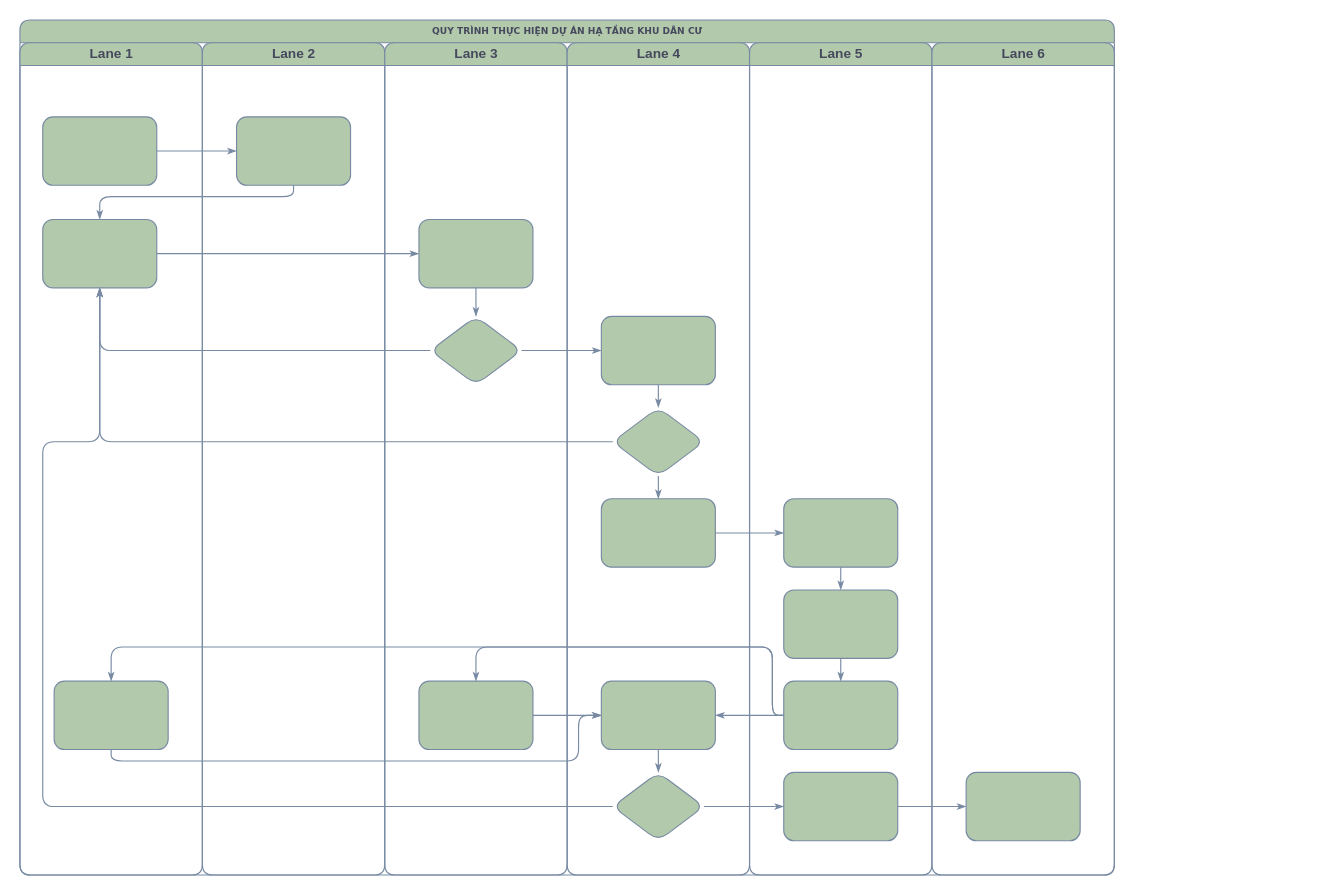
Before: Untitled Diagram.drawio in thongtv77/iDC-UML, a draw.io diagram. Source tidied: cells renumbered, new cells numbered last; positions are measured from the earlier drawing's top-left corner, leaving out a move shared by most shapes. Both pictures are drawn from the tidied source at 114%, with x=0, y=0 at pixel (19, 19).
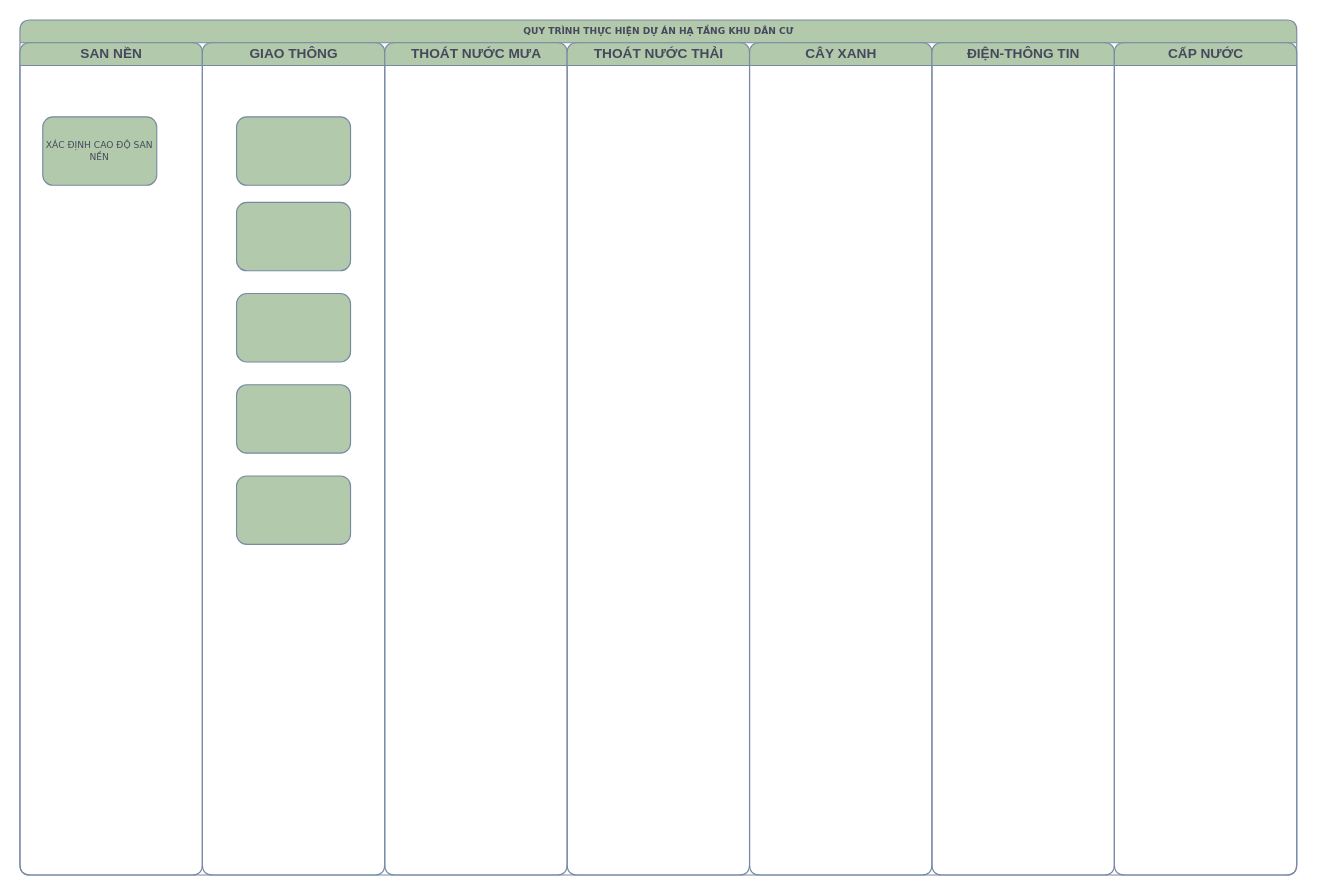
Above is the later version.

What changed in the source:
```diff
@@
     <mxCell id="2" value="QUY TRÌNH THỰC HIỆN DỰ&amp;nbsp;ÁN HẠ TẦNG KHU DÂN CƯ" style="swimlane;html=1;startSize=20;shadow=0;labelBackgroundColor=none;strokeWidth=1;fontFamily=Verdana;fontSize=8;align=center;fillColor=#B2C9AB;strokeColor=#788AA3;fontColor=#46495D;rounded=1;" parent="1" vertex="1">
-      <mxGeometry width="960" height="750" as="geometry" />
+      <mxGeometry width="1120" height="750" as="geometry" />
     </mxCell>
-    <mxCell id="3" value="Lane 1" style="swimlane;html=1;startSize=20;fillColor=#B2C9AB;strokeColor=#788AA3;fontColor=#46495D;rounded=1;" parent="2" vertex="1">
+    <mxCell id="3" value="SAN NỀN" style="swimlane;html=1;startSize=20;fillColor=#B2C9AB;strokeColor=#788AA3;fontColor=#46495D;rounded=1;" parent="2" vertex="1">
       <mxGeometry y="20" width="160" height="730" as="geometry" />
     </mxCell>
-    <mxCell id="4" style="whiteSpace=wrap;html=1;shadow=0;labelBackgroundColor=none;strokeWidth=1;fontFamily=Verdana;fontSize=8;align=center;fillColor=#B2C9AB;strokeColor=#788AA3;fontColor=#46495D;rounded=1;" parent="3" vertex="1">
+    <mxCell id="4" value="XÁC ĐỊNH CAO ĐỘ SAN NỀN" style="whiteSpace=wrap;html=1;shadow=0;labelBackgroundColor=none;strokeWidth=1;fontFamily=Verdana;fontSize=8;align=center;fillColor=#B2C9AB;strokeColor=#788AA3;fontColor=#46495D;rounded=1;" parent="3" vertex="1">
       <mxGeometry x="20" y="65" width="100" height="60" as="geometry" />
     </mxCell>
+    <mxCell id="22" value="GIAO THÔNG" style="swimlane;html=1;startSize=20;fillColor=#B2C9AB;strokeColor=#788AA3;fontColor=#46495D;rounded=1;" parent="2" vertex="1">
+      <mxGeometry x="160" y="20" width="160" height="730" as="geometry" />
+    </mxCell>
-    <mxCell id="5" style="whiteSpace=wrap;html=1;shadow=0;labelBackgroundColor=none;strokeWidth=1;fontFamily=Verdana;fontSize=8;align=center;fillColor=#B2C9AB;strokeColor=#788AA3;fontColor=#46495D;rounded=1;" parent="3" vertex="1">
-      <mxGeometry x="20" y="155" width="100" height="60" as="geometry" />
+    <mxCell id="5" style="whiteSpace=wrap;html=1;shadow=0;labelBackgroundColor=none;strokeWidth=1;fontFamily=Verdana;fontSize=8;align=center;fillColor=#B2C9AB;strokeColor=#788AA3;fontColor=#46495D;rounded=1;" parent="22" vertex="1">
+      <mxGeometry x="30" y="65" width="100" height="60" as="geometry" />
     </mxCell>
-    <mxCell id="6" style="whiteSpace=wrap;html=1;shadow=0;labelBackgroundColor=none;strokeWidth=1;fontFamily=Verdana;fontSize=8;align=center;fillColor=#B2C9AB;strokeColor=#788AA3;fontColor=#46495D;rounded=1;" parent="3" vertex="1">
-      <mxGeometry x="30" y="560" width="100" height="60" as="geometry" />
-    </mxCell>
-    <mxCell id="7" style="edgeStyle=orthogonalEdgeStyle;html=1;labelBackgroundColor=none;startArrow=none;startFill=0;startSize=5;endArrow=classicThin;endFill=1;endSize=5;jettySize=auto;strokeWidth=1;fontFamily=Verdana;fontSize=8;strokeColor=#788AA3;fontColor=#46495D;" parent="2" edge="1" source="4" target="23">
-      <mxGeometry relative="1" as="geometry" />
-    </mxCell>
-    <mxCell id="8" style="edgeStyle=orthogonalEdgeStyle;html=1;labelBackgroundColor=none;startArrow=none;startFill=0;startSize=5;endArrow=classicThin;endFill=1;endSize=5;jettySize=auto;strokeWidth=1;fontFamily=Verdana;fontSize=8;strokeColor=#788AA3;fontColor=#46495D;" parent="2" edge="1" source="23" target="5">
-      <mxGeometry relative="1" as="geometry">
-        <Array as="points">
-          <mxPoint x="240" y="155" />
-          <mxPoint x="70" y="155" />
-        </Array>
-      </mxGeometry>
-    </mxCell>
-    <mxCell id="9" style="edgeStyle=orthogonalEdgeStyle;html=1;labelBackgroundColor=none;startArrow=none;startFill=0;startSize=5;endArrow=classicThin;endFill=1;endSize=5;jettySize=auto;strokeWidth=1;fontFamily=Verdana;fontSize=8;strokeColor=#788AA3;fontColor=#46495D;" parent="2" edge="1" source="5" target="25">
-      <mxGeometry relative="1" as="geometry" />
-    </mxCell>
-    <mxCell id="10" style="edgeStyle=orthogonalEdgeStyle;html=1;labelBackgroundColor=none;startArrow=none;startFill=0;startSize=5;endArrow=classicThin;endFill=1;endSize=5;jettySize=auto;strokeWidth=1;fontFamily=Verdana;fontSize=8;strokeColor=#788AA3;fontColor=#46495D;" parent="2" edge="1" source="26" target="5">
-      <mxGeometry relative="1" as="geometry" />
-    </mxCell>
-    <mxCell id="11" style="edgeStyle=orthogonalEdgeStyle;html=1;labelBackgroundColor=none;startArrow=none;startFill=0;startSize=5;endArrow=classicThin;endFill=1;endSize=5;jettySize=auto;strokeWidth=1;fontFamily=Verdana;fontSize=8;strokeColor=#788AA3;fontColor=#46495D;" parent="2" edge="1" source="31" target="5">
-      <mxGeometry relative="1" as="geometry" />
-    </mxCell>
-    <mxCell id="12" style="edgeStyle=orthogonalEdgeStyle;html=1;labelBackgroundColor=none;startArrow=none;startFill=0;startSize=5;endArrow=classicThin;endFill=1;endSize=5;jettySize=auto;strokeWidth=1;fontFamily=Verdana;fontSize=8;strokeColor=#788AA3;fontColor=#46495D;" parent="2" edge="1" source="34" target="5">
-      <mxGeometry relative="1" as="geometry">
-        <Array as="points">
-          <mxPoint x="20" y="690" />
-          <mxPoint x="20" y="370" />
-          <mxPoint x="70" y="370" />
-        </Array>
-      </mxGeometry>
-    </mxCell>
-    <mxCell id="13" style="edgeStyle=orthogonalEdgeStyle;html=1;labelBackgroundColor=none;startArrow=none;startFill=0;startSize=5;endArrow=classicThin;endFill=1;endSize=5;jettySize=auto;strokeWidth=1;fontFamily=Verdana;fontSize=8;strokeColor=#788AA3;fontColor=#46495D;" parent="2" edge="1" source="26" target="30">
-      <mxGeometry relative="1" as="geometry" />
-    </mxCell>
-    <mxCell id="14" style="edgeStyle=orthogonalEdgeStyle;html=1;labelBackgroundColor=none;startArrow=none;startFill=0;startSize=5;endArrow=classicThin;endFill=1;endSize=5;jettySize=auto;strokeWidth=1;fontFamily=Verdana;fontSize=8;strokeColor=#788AA3;fontColor=#46495D;" parent="2" edge="1" source="34" target="42">
-      <mxGeometry relative="1" as="geometry" />
-    </mxCell>
-    <mxCell id="15" style="edgeStyle=orthogonalEdgeStyle;html=1;labelBackgroundColor=none;startArrow=none;startFill=0;startSize=5;endArrow=classicThin;endFill=1;endSize=5;jettySize=auto;strokeWidth=1;fontFamily=Verdana;fontSize=8;strokeColor=#788AA3;fontColor=#46495D;" parent="2" edge="1" source="42" target="46">
-      <mxGeometry relative="1" as="geometry" />
-    </mxCell>
-    <mxCell id="16" style="edgeStyle=orthogonalEdgeStyle;html=1;labelBackgroundColor=none;startArrow=none;startFill=0;startSize=5;endArrow=classicThin;endFill=1;endSize=5;jettySize=auto;strokeWidth=1;fontFamily=Verdana;fontSize=8;strokeColor=#788AA3;fontColor=#46495D;" parent="2" edge="1" source="32" target="39">
-      <mxGeometry relative="1" as="geometry" />
-    </mxCell>
-    <mxCell id="17" style="edgeStyle=orthogonalEdgeStyle;html=1;labelBackgroundColor=none;startArrow=none;startFill=0;startSize=5;endArrow=classicThin;endFill=1;endSize=5;jettySize=auto;strokeWidth=1;fontFamily=Verdana;fontSize=8;strokeColor=#788AA3;fontColor=#46495D;" parent="2" edge="1" source="41" target="27">
-      <mxGeometry relative="1" as="geometry">
-        <Array as="points">
-          <mxPoint x="660" y="610" />
-          <mxPoint x="660" y="550" />
-          <mxPoint x="400" y="550" />
-        </Array>
-      </mxGeometry>
-    </mxCell>
-    <mxCell id="18" style="edgeStyle=orthogonalEdgeStyle;html=1;labelBackgroundColor=none;startArrow=none;startFill=0;startSize=5;endArrow=classicThin;endFill=1;endSize=5;jettySize=auto;strokeColor=#788AA3;strokeWidth=1;fontFamily=Verdana;fontSize=8;fontColor=#46495D;" parent="2" edge="1" source="41" target="33">
-      <mxGeometry relative="1" as="geometry" />
-    </mxCell>
-    <mxCell id="19" style="edgeStyle=orthogonalEdgeStyle;html=1;labelBackgroundColor=none;startArrow=none;startFill=0;startSize=5;endArrow=classicThin;endFill=1;endSize=5;jettySize=auto;strokeWidth=1;fontFamily=Verdana;fontSize=8;strokeColor=#788AA3;fontColor=#46495D;" parent="2" edge="1" source="41" target="6">
-      <mxGeometry relative="1" as="geometry">
-        <Array as="points">
-          <mxPoint x="660" y="610" />
-          <mxPoint x="660" y="550" />
-          <mxPoint x="80" y="550" />
-        </Array>
-      </mxGeometry>
-    </mxCell>
-    <mxCell id="20" style="edgeStyle=orthogonalEdgeStyle;html=1;labelBackgroundColor=none;startArrow=none;startFill=0;startSize=5;endArrow=classicThin;endFill=1;endSize=5;jettySize=auto;strokeWidth=1;fontFamily=Verdana;fontSize=8;strokeColor=#788AA3;fontColor=#46495D;" parent="2" edge="1" source="6" target="33">
-      <mxGeometry relative="1" as="geometry">
-        <Array as="points">
-          <mxPoint x="80" y="650" />
-          <mxPoint x="490" y="650" />
-          <mxPoint x="490" y="610" />
-        </Array>
-      </mxGeometry>
-    </mxCell>
-    <mxCell id="21" style="edgeStyle=orthogonalEdgeStyle;html=1;labelBackgroundColor=none;startArrow=none;startFill=0;startSize=5;endArrow=classicThin;endFill=1;endSize=5;jettySize=auto;strokeWidth=1;fontFamily=Verdana;fontSize=8;strokeColor=#788AA3;fontColor=#46495D;" parent="2" edge="1" source="27" target="33">
-      <mxGeometry relative="1" as="geometry" />
-    </mxCell>
-    <mxCell id="22" value="Lane 2" style="swimlane;html=1;startSize=20;fillColor=#B2C9AB;strokeColor=#788AA3;fontColor=#46495D;rounded=1;" parent="2" vertex="1">
-      <mxGeometry x="160" y="20" width="160" height="730" as="geometry" />
-    </mxCell>
-    <mxCell id="23" style="whiteSpace=wrap;html=1;shadow=0;labelBackgroundColor=none;strokeWidth=1;fontFamily=Verdana;fontSize=8;align=center;fillColor=#B2C9AB;strokeColor=#788AA3;fontColor=#46495D;rounded=1;" parent="22" vertex="1">
-      <mxGeometry x="30" y="65" width="100" height="60" as="geometry" />
-    </mxCell>
+    <mxCell id="47" style="whiteSpace=wrap;html=1;shadow=0;labelBackgroundColor=none;strokeWidth=1;fontFamily=Verdana;fontSize=8;align=center;fillColor=#B2C9AB;strokeColor=#788AA3;fontColor=#46495D;rounded=1;" parent="22" vertex="1">
+      <mxGeometry x="30" y="220" width="100" height="60" as="geometry" />
+    </mxCell>
+    <mxCell id="48" style="whiteSpace=wrap;html=1;shadow=0;labelBackgroundColor=none;strokeWidth=1;fontFamily=Verdana;fontSize=8;align=center;fillColor=#B2C9AB;strokeColor=#788AA3;fontColor=#46495D;rounded=1;" parent="22" vertex="1">
+      <mxGeometry x="30" y="300" width="100" height="60" as="geometry" />
+    </mxCell>
+    <mxCell id="49" style="whiteSpace=wrap;html=1;shadow=0;labelBackgroundColor=none;strokeWidth=1;fontFamily=Verdana;fontSize=8;align=center;fillColor=#B2C9AB;strokeColor=#788AA3;fontColor=#46495D;rounded=1;" parent="22" vertex="1">
+      <mxGeometry x="30" y="140" width="100" height="60" as="geometry" />
+    </mxCell>
+    <mxCell id="50" style="whiteSpace=wrap;html=1;shadow=0;labelBackgroundColor=none;strokeWidth=1;fontFamily=Verdana;fontSize=8;align=center;fillColor=#B2C9AB;strokeColor=#788AA3;fontColor=#46495D;rounded=1;" parent="22" vertex="1">
+      <mxGeometry x="30" y="380" width="100" height="60" as="geometry" />
+    </mxCell>
-    <mxCell id="24" value="Lane 3" style="swimlane;html=1;startSize=20;fillColor=#B2C9AB;strokeColor=#788AA3;fontColor=#46495D;rounded=1;" parent="2" vertex="1">
+    <mxCell id="24" value="THOÁT NƯỚC MƯA" style="swimlane;html=1;startSize=20;fillColor=#B2C9AB;strokeColor=#788AA3;fontColor=#46495D;rounded=1;" parent="2" vertex="1">
       <mxGeometry x="320" y="20" width="160" height="730" as="geometry" />
     </mxCell>
-    <mxCell id="25" style="whiteSpace=wrap;html=1;shadow=0;labelBackgroundColor=none;strokeWidth=1;fontFamily=Verdana;fontSize=8;align=center;fillColor=#B2C9AB;strokeColor=#788AA3;fontColor=#46495D;rounded=1;" parent="24" vertex="1">
-      <mxGeometry x="30" y="155" width="100" height="60" as="geometry" />
-    </mxCell>
-    <mxCell id="26" style="rhombus;whiteSpace=wrap;html=1;shadow=0;labelBackgroundColor=none;strokeWidth=1;fontFamily=Verdana;fontSize=8;align=center;fillColor=#B2C9AB;strokeColor=#788AA3;fontColor=#46495D;rounded=1;" parent="24" vertex="1">
-      <mxGeometry x="40" y="240" width="80" height="60" as="geometry" />
-    </mxCell>
-    <mxCell id="27" style="whiteSpace=wrap;html=1;shadow=0;labelBackgroundColor=none;strokeWidth=1;fontFamily=Verdana;fontSize=8;align=center;fillColor=#B2C9AB;strokeColor=#788AA3;fontColor=#46495D;rounded=1;" parent="24" vertex="1">
-      <mxGeometry x="30" y="560" width="100" height="60" as="geometry" />
-    </mxCell>
-    <mxCell id="28" style="edgeStyle=orthogonalEdgeStyle;html=1;labelBackgroundColor=none;startArrow=none;startFill=0;startSize=5;endArrow=classicThin;endFill=1;endSize=5;jettySize=auto;strokeWidth=1;fontFamily=Verdana;fontSize=8;strokeColor=#788AA3;fontColor=#46495D;" parent="24" edge="1" source="25" target="26">
-      <mxGeometry relative="1" as="geometry" />
-    </mxCell>
-    <mxCell id="29" value="Lane 4" style="swimlane;html=1;startSize=20;fillColor=#B2C9AB;strokeColor=#788AA3;fontColor=#46495D;rounded=1;" parent="2" vertex="1">
+    <mxCell id="29" value="THOÁT NƯỚC THẢI" style="swimlane;html=1;startSize=20;fillColor=#B2C9AB;strokeColor=#788AA3;fontColor=#46495D;rounded=1;" parent="2" vertex="1">
       <mxGeometry x="480" y="20" width="160" height="730" as="geometry" />
     </mxCell>
-    <mxCell id="30" style="whiteSpace=wrap;html=1;shadow=0;labelBackgroundColor=none;strokeWidth=1;fontFamily=Verdana;fontSize=8;align=center;fillColor=#B2C9AB;strokeColor=#788AA3;fontColor=#46495D;rounded=1;" parent="29" vertex="1">
-      <mxGeometry x="30" y="240" width="100" height="60" as="geometry" />
-    </mxCell>
-    <mxCell id="31" style="rhombus;whiteSpace=wrap;html=1;shadow=0;labelBackgroundColor=none;strokeWidth=1;fontFamily=Verdana;fontSize=8;align=center;fillColor=#B2C9AB;strokeColor=#788AA3;fontColor=#46495D;rounded=1;" parent="29" vertex="1">
-      <mxGeometry x="40" y="320" width="80" height="60" as="geometry" />
-    </mxCell>
-    <mxCell id="32" style="whiteSpace=wrap;html=1;shadow=0;labelBackgroundColor=none;strokeWidth=1;fontFamily=Verdana;fontSize=8;align=center;fillColor=#B2C9AB;strokeColor=#788AA3;fontColor=#46495D;rounded=1;" parent="29" vertex="1">
-      <mxGeometry x="30" y="400" width="100" height="60" as="geometry" />
-    </mxCell>
-    <mxCell id="33" style="whiteSpace=wrap;html=1;shadow=0;labelBackgroundColor=none;strokeWidth=1;fontFamily=Verdana;fontSize=8;align=center;fillColor=#B2C9AB;strokeColor=#788AA3;fontColor=#46495D;rounded=1;" parent="29" vertex="1">
-      <mxGeometry x="30" y="560" width="100" height="60" as="geometry" />
-    </mxCell>
-    <mxCell id="34" style="rhombus;whiteSpace=wrap;html=1;shadow=0;labelBackgroundColor=none;strokeWidth=1;fontFamily=Verdana;fontSize=8;align=center;fillColor=#B2C9AB;strokeColor=#788AA3;fontColor=#46495D;rounded=1;" parent="29" vertex="1">
-      <mxGeometry x="40" y="640" width="80" height="60" as="geometry" />
-    </mxCell>
-    <mxCell id="35" style="edgeStyle=orthogonalEdgeStyle;html=1;labelBackgroundColor=none;startArrow=none;startFill=0;startSize=5;endArrow=classicThin;endFill=1;endSize=5;jettySize=auto;strokeColor=#788AA3;strokeWidth=1;fontFamily=Verdana;fontSize=8;fontColor=#46495D;" parent="29" edge="1" source="30" target="31">
-      <mxGeometry relative="1" as="geometry" />
-    </mxCell>
-    <mxCell id="36" style="edgeStyle=orthogonalEdgeStyle;html=1;labelBackgroundColor=none;startArrow=none;startFill=0;startSize=5;endArrow=classicThin;endFill=1;endSize=5;jettySize=auto;strokeWidth=1;fontFamily=Verdana;fontSize=8;strokeColor=#788AA3;fontColor=#46495D;" parent="29" edge="1" source="31" target="32">
-      <mxGeometry relative="1" as="geometry" />
-    </mxCell>
-    <mxCell id="37" style="edgeStyle=orthogonalEdgeStyle;html=1;labelBackgroundColor=none;startArrow=none;startFill=0;startSize=5;endArrow=classicThin;endFill=1;endSize=5;jettySize=auto;strokeWidth=1;fontFamily=Verdana;fontSize=8;strokeColor=#788AA3;fontColor=#46495D;" parent="29" edge="1" source="33" target="34">
-      <mxGeometry relative="1" as="geometry" />
-    </mxCell>
-    <mxCell id="38" value="Lane 5" style="swimlane;html=1;startSize=20;fillColor=#B2C9AB;strokeColor=#788AA3;fontColor=#46495D;rounded=1;" parent="2" vertex="1">
+    <mxCell id="38" value="CÂY XANH" style="swimlane;html=1;startSize=20;fillColor=#B2C9AB;strokeColor=#788AA3;fontColor=#46495D;rounded=1;" parent="2" vertex="1">
       <mxGeometry x="640" y="20" width="160" height="730" as="geometry" />
     </mxCell>
-    <mxCell id="39" style="whiteSpace=wrap;html=1;shadow=0;labelBackgroundColor=none;strokeWidth=1;fontFamily=Verdana;fontSize=8;align=center;fillColor=#B2C9AB;strokeColor=#788AA3;fontColor=#46495D;rounded=1;" parent="38" vertex="1">
-      <mxGeometry x="30" y="400" width="100" height="60" as="geometry" />
-    </mxCell>
-    <mxCell id="40" style="whiteSpace=wrap;html=1;shadow=0;labelBackgroundColor=none;strokeWidth=1;fontFamily=Verdana;fontSize=8;align=center;fillColor=#B2C9AB;strokeColor=#788AA3;fontColor=#46495D;rounded=1;" parent="38" vertex="1">
-      <mxGeometry x="30" y="480" width="100" height="60" as="geometry" />
-    </mxCell>
-    <mxCell id="41" style="whiteSpace=wrap;html=1;shadow=0;labelBackgroundColor=none;strokeWidth=1;fontFamily=Verdana;fontSize=8;align=center;fillColor=#B2C9AB;strokeColor=#788AA3;fontColor=#46495D;rounded=1;" parent="38" vertex="1">
-      <mxGeometry x="30" y="560" width="100" height="60" as="geometry" />
-    </mxCell>
-    <mxCell id="42" style="whiteSpace=wrap;html=1;shadow=0;labelBackgroundColor=none;strokeWidth=1;fontFamily=Verdana;fontSize=8;align=center;fillColor=#B2C9AB;strokeColor=#788AA3;fontColor=#46495D;rounded=1;" parent="38" vertex="1">
-      <mxGeometry x="30" y="640" width="100" height="60" as="geometry" />
-    </mxCell>
-    <mxCell id="43" style="edgeStyle=orthogonalEdgeStyle;html=1;labelBackgroundColor=none;startArrow=none;startFill=0;startSize=5;endArrow=classicThin;endFill=1;endSize=5;jettySize=auto;strokeWidth=1;fontFamily=Verdana;fontSize=8;strokeColor=#788AA3;fontColor=#46495D;" parent="38" edge="1" source="39" target="40">
-      <mxGeometry relative="1" as="geometry" />
-    </mxCell>
-    <mxCell id="44" style="edgeStyle=orthogonalEdgeStyle;html=1;labelBackgroundColor=none;startArrow=none;startFill=0;startSize=5;endArrow=classicThin;endFill=1;endSize=5;jettySize=auto;strokeWidth=1;fontFamily=Verdana;fontSize=8;strokeColor=#788AA3;fontColor=#46495D;" parent="38" edge="1" source="40" target="41">
-      <mxGeometry relative="1" as="geometry" />
-    </mxCell>
-    <mxCell id="45" value="Lane 6" style="swimlane;html=1;startSize=20;fillColor=#B2C9AB;strokeColor=#788AA3;fontColor=#46495D;rounded=1;" parent="2" vertex="1">
+    <mxCell id="45" value="ĐIỆN-THÔNG TIN" style="swimlane;html=1;startSize=20;fillColor=#B2C9AB;strokeColor=#788AA3;fontColor=#46495D;rounded=1;" parent="2" vertex="1">
       <mxGeometry x="800" y="20" width="160" height="730" as="geometry" />
     </mxCell>
-    <mxCell id="46" style="whiteSpace=wrap;html=1;shadow=0;labelBackgroundColor=none;strokeWidth=1;fontFamily=Verdana;fontSize=8;align=center;fillColor=#B2C9AB;strokeColor=#788AA3;fontColor=#46495D;rounded=1;" parent="45" vertex="1">
-      <mxGeometry x="30" y="640" width="100" height="60" as="geometry" />
-    </mxCell>
+    <mxCell id="51" value="CẤP NƯỚC" style="swimlane;html=1;startSize=20;fillColor=#B2C9AB;strokeColor=#788AA3;fontColor=#46495D;rounded=1;" parent="1" vertex="1">
+      <mxGeometry x="960" y="20" width="160" height="730" as="geometry" />
+    </mxCell>
```
